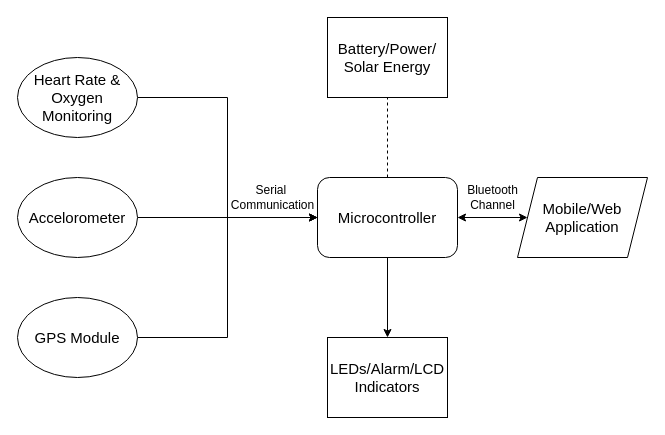
This is Documentation/Block Diagram/Block Diagram.drawio from dev2901/ECEN5833-LowPowerEmbeddedDesign-Project, a draw.io file, before an edit. Source tidied: cells renumbered, new cells numbered last; positions are measured from the earlier drawing's top-left corner, leaving out a move shared by most shapes. Both pictures are drawn from the tidied source at 100%, with x=0, y=0 at pixel (17, 17).
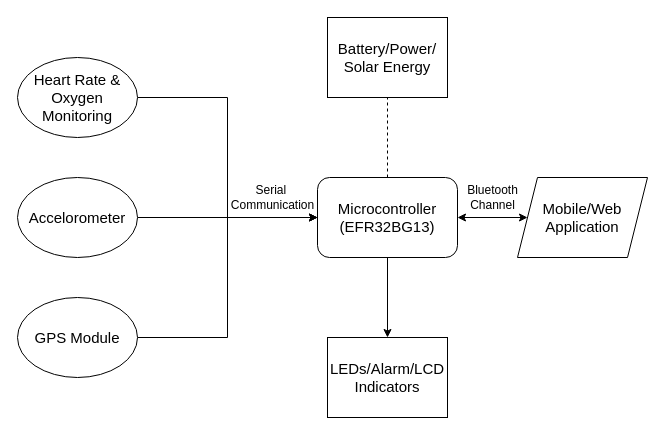
Above is the later version.

Diff of the diagram source:
```diff
@@
 <mxGraphModel>
   <root>
     <mxCell id="0" />
     <mxCell id="1" parent="0" />
     <mxCell id="2" style="edgeStyle=orthogonalEdgeStyle;rounded=0;jettySize=auto;html=1;exitX=0.5;exitY=1;exitDx=0;exitDy=0;entryX=0.5;entryY=0;entryDx=0;entryDy=0;" parent="1" edge="1" source="3" target="16">
       <mxGeometry relative="1" as="geometry" />
     </mxCell>
-    <mxCell id="3" value="Microcontroller" style="rounded=1;whiteSpace=wrap;html=1;fontSize=15;" parent="1" vertex="1">
+    <mxCell id="3" value="Microcontroller&lt;br&gt;(EFR32BG13)" style="rounded=1;whiteSpace=wrap;html=1;fontSize=15;" parent="1" vertex="1">
       <mxGeometry x="300" y="160" width="140" height="80" as="geometry" />
     </mxCell>
     <mxCell id="4" style="edgeStyle=orthogonalEdgeStyle;rounded=0;jettySize=auto;html=1;exitX=1;exitY=0.5;exitDx=0;exitDy=0;entryX=0;entryY=0.5;entryDx=0;entryDy=0;" parent="1" edge="1" source="5" target="3">
       <mxGeometry relative="1" as="geometry" />
     </mxCell>
     <mxCell id="5" value="Heart Rate &amp;amp; Oxygen Monitoring" style="ellipse;whiteSpace=wrap;html=1;fontSize=15;" parent="1" vertex="1">
       <mxGeometry y="40" width="120" height="80" as="geometry" />
     </mxCell>
     <mxCell id="6" style="edgeStyle=orthogonalEdgeStyle;rounded=0;jettySize=auto;html=1;exitX=1;exitY=0.5;exitDx=0;exitDy=0;entryX=0;entryY=0.5;entryDx=0;entryDy=0;" parent="1" edge="1" source="7" target="3">
       <mxGeometry relative="1" as="geometry" />
     </mxCell>
     <mxCell id="7" value="Accelorometer" style="ellipse;whiteSpace=wrap;html=1;fontSize=15;" parent="1" vertex="1">
       <mxGeometry y="160" width="120" height="80" as="geometry" />
     </mxCell>
     <mxCell id="8" style="edgeStyle=orthogonalEdgeStyle;rounded=0;jettySize=auto;html=1;exitX=1;exitY=0.5;exitDx=0;exitDy=0;entryX=0;entryY=0.5;entryDx=0;entryDy=0;" parent="1" edge="1" source="9" target="3">
       <mxGeometry relative="1" as="geometry" />
     </mxCell>
     <mxCell id="9" value="GPS Module" style="ellipse;whiteSpace=wrap;html=1;fontSize=15;" parent="1" vertex="1">
       <mxGeometry y="280" width="120" height="80" as="geometry" />
     </mxCell>
     <mxCell id="10" value="Battery/Power/ Solar Energy" style="rounded=0;whiteSpace=wrap;html=1;fontSize=15;" parent="1" vertex="1">
       <mxGeometry x="310" width="120" height="80" as="geometry" />
     </mxCell>
     <mxCell id="11" style="endArrow=none;dashed=1;html=1;rounded=0;entryX=0.5;entryY=1;entryDx=0;entryDy=0;exitX=0.5;exitY=0;exitDx=0;exitDy=0;" parent="1" edge="1" source="3" target="10">
       <mxGeometry relative="1" as="geometry" />
     </mxCell>
     <mxCell id="12" value="Mobile/Web &lt;br style=&quot;font-size: 15px;&quot;&gt;Application" style="shape=parallelogram;perimeter=parallelogramPerimeter;whiteSpace=wrap;html=1;fixedSize=1;fontSize=15;" parent="1" vertex="1">
       <mxGeometry x="500" y="160" width="130" height="80" as="geometry" />
     </mxCell>
     <mxCell id="13" style="endArrow=classic;startArrow=classic;html=1;rounded=0;entryX=0;entryY=0.5;entryDx=0;entryDy=0;exitX=1;exitY=0.5;exitDx=0;exitDy=0;" parent="1" edge="1" source="3" target="12">
       <mxGeometry relative="1" as="geometry" />
     </mxCell>
     <mxCell id="14" value="Bluetooth &lt;br&gt;Channel" style="text;html=1;align=center;verticalAlign=middle;strokeColor=none;fillColor=none;" parent="1" vertex="1">
       <mxGeometry x="440" y="160" width="70" height="40" as="geometry" />
     </mxCell>
     <mxCell id="15" value="Serial&amp;nbsp;&lt;br&gt;Communication" style="text;html=1;align=center;verticalAlign=middle;strokeColor=none;fillColor=none;" parent="1" vertex="1">
       <mxGeometry x="200" y="160" width="110" height="40" as="geometry" />
     </mxCell>
     <mxCell id="16" value="LEDs/Alarm/LCD&lt;br style=&quot;font-size: 15px;&quot;&gt;Indicators" style="rounded=0;whiteSpace=wrap;html=1;fontSize=15;" parent="1" vertex="1">
       <mxGeometry x="310" y="320" width="120" height="80" as="geometry" />
     </mxCell>
   </root>
 </mxGraphModel>
```
